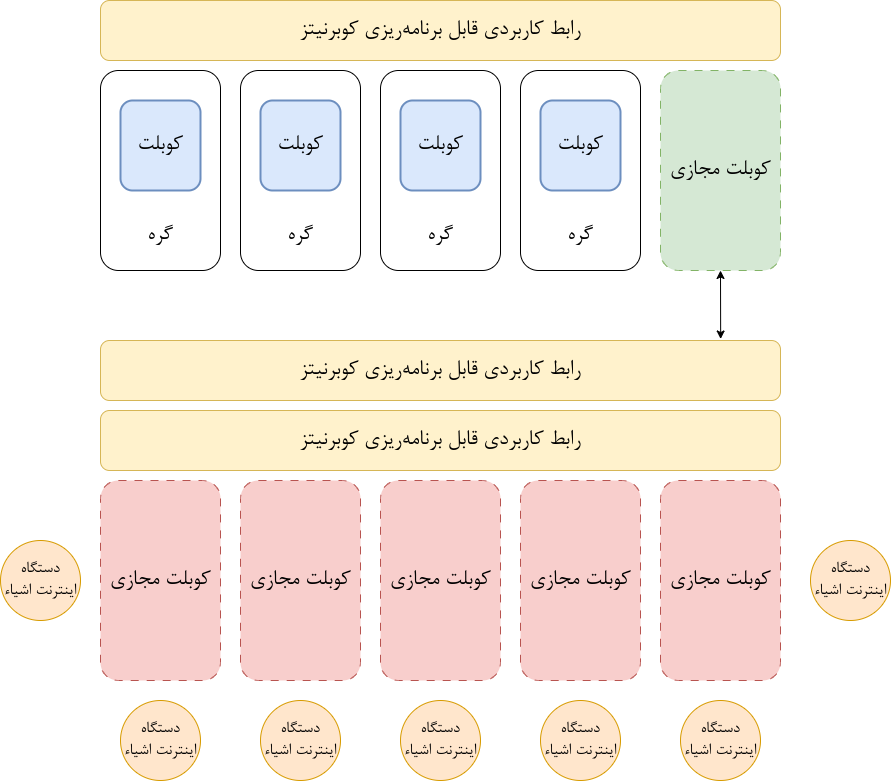
Before: docs/figs/arch.png, a diagram exported from draw.io (itzloop/iot-vkube). Source tidied: cells renumbered, new cells last; positions are measured from the earlier drawing's top-left corner, leaving out a move shared by most shapes.
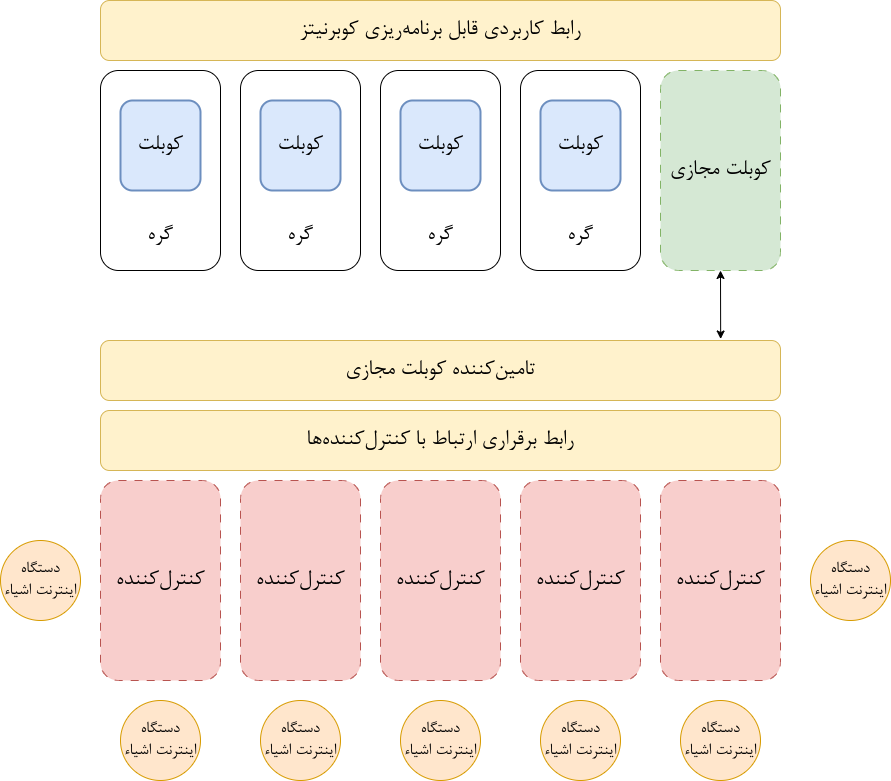
Above is the later version.

Diff of the diagram source:
```diff
@@ -98,25 +98,25 @@
     <mxCell id="33" value="&lt;font style=&quot;font-size: 24px;&quot;&gt;&lt;font style=&quot;font-size: 24px;&quot;&gt;گره&lt;/font&gt;&lt;/font&gt;" style="text;html=1;strokeColor=none;fillColor=none;align=center;verticalAlign=middle;whiteSpace=wrap;rounded=0;fontFamily=B Nazanin;" parent="27" vertex="1">
       <mxGeometry x="30" y="150" width="60" height="30" as="geometry" />
     </mxCell>
-    <mxCell id="34" value="&lt;div style=&quot;font-size: 24px;&quot; align=&quot;center&quot;&gt;&lt;font style=&quot;font-size: 24px;&quot;&gt;رابط کاربردی قابل برنامه‌ریزی کوبرنیتز&lt;/font&gt;&lt;br&gt;&lt;/div&gt;" style="rounded=1;whiteSpace=wrap;html=1;align=center;fillColor=#fff2cc;strokeColor=#d6b656;fontFamily=B Nazanin;" parent="2" vertex="1">
+    <mxCell id="34" value="&lt;div style=&quot;font-size: 24px;&quot; align=&quot;center&quot;&gt;&lt;font style=&quot;font-size: 24px;&quot;&gt;تامین‌کننده کوبلت مجازی&lt;/font&gt;&lt;br&gt;&lt;/div&gt;" style="rounded=1;whiteSpace=wrap;html=1;align=center;fillColor=#fff2cc;strokeColor=#d6b656;fontFamily=B Nazanin;" parent="2" vertex="1">
       <mxGeometry x="100" y="340" width="680" height="60" as="geometry" />
     </mxCell>
-    <mxCell id="35" value="&lt;div style=&quot;font-size: 24px;&quot; align=&quot;center&quot;&gt;&lt;font style=&quot;font-size: 24px;&quot;&gt;رابط کاربردی قابل برنامه‌ریزی کوبرنیتز&lt;/font&gt;&lt;br&gt;&lt;/div&gt;" style="rounded=1;whiteSpace=wrap;html=1;align=center;fillColor=#fff2cc;strokeColor=#d6b656;fontFamily=B Nazanin;" parent="2" vertex="1">
+    <mxCell id="35" value="&lt;div style=&quot;font-size: 24px;&quot; align=&quot;center&quot;&gt;&lt;font style=&quot;font-size: 24px;&quot;&gt;رابط برقراری ارتباط با کنترل‌کننده‌ها&lt;/font&gt;&lt;br&gt;&lt;/div&gt;" style="rounded=1;whiteSpace=wrap;html=1;align=center;fillColor=#fff2cc;strokeColor=#d6b656;fontFamily=B Nazanin;" parent="2" vertex="1">
       <mxGeometry x="100" y="410" width="680" height="60" as="geometry" />
     </mxCell>
-    <mxCell id="36" value="&lt;font style=&quot;font-size: 24px;&quot;&gt;&lt;font&gt;کوبلت مجازی&lt;/font&gt;&lt;br&gt;&lt;/font&gt;" style="rounded=1;whiteSpace=wrap;html=1;fillColor=#f8cecc;strokeColor=#b85450;dashed=1;dashPattern=8 8;fontFamily=B Nazanin;" parent="2" vertex="1">
+    <mxCell id="36" value="&lt;font style=&quot;font-size: 24px;&quot;&gt;&lt;font&gt;کنترل‌کننده&lt;/font&gt;&lt;br&gt;&lt;/font&gt;" style="rounded=1;whiteSpace=wrap;html=1;fillColor=#f8cecc;strokeColor=#b85450;dashed=1;dashPattern=8 8;fontFamily=B Nazanin;" parent="2" vertex="1">
       <mxGeometry x="660" y="480" width="120" height="200" as="geometry" />
     </mxCell>
-    <mxCell id="37" value="&lt;font style=&quot;font-size: 24px;&quot;&gt;&lt;font&gt;کوبلت مجازی&lt;/font&gt;&lt;br&gt;&lt;/font&gt;" style="rounded=1;whiteSpace=wrap;html=1;fillColor=#f8cecc;strokeColor=#b85450;dashed=1;dashPattern=8 8;fontFamily=B Nazanin;" parent="2" vertex="1">
+    <mxCell id="37" value="&lt;font style=&quot;font-size: 24px;&quot;&gt;کنترل‌کننده&lt;br&gt;&lt;/font&gt;" style="rounded=1;whiteSpace=wrap;html=1;fillColor=#f8cecc;strokeColor=#b85450;dashed=1;dashPattern=8 8;fontFamily=B Nazanin;" parent="2" vertex="1">
       <mxGeometry x="520" y="480" width="120" height="200" as="geometry" />
     </mxCell>
-    <mxCell id="38" value="&lt;font style=&quot;font-size: 24px;&quot;&gt;&lt;font&gt;کوبلت مجازی&lt;/font&gt;&lt;br&gt;&lt;/font&gt;" style="rounded=1;whiteSpace=wrap;html=1;fillColor=#f8cecc;strokeColor=#b85450;dashed=1;dashPattern=8 8;fontFamily=B Nazanin;" parent="2" vertex="1">
+    <mxCell id="38" value="&lt;font style=&quot;font-size: 24px;&quot;&gt;کنترل‌کننده&lt;br&gt;&lt;/font&gt;" style="rounded=1;whiteSpace=wrap;html=1;fillColor=#f8cecc;strokeColor=#b85450;dashed=1;dashPattern=8 8;fontFamily=B Nazanin;" parent="2" vertex="1">
       <mxGeometry x="380" y="480" width="120" height="200" as="geometry" />
     </mxCell>
-    <mxCell id="39" value="&lt;font style=&quot;font-size: 24px;&quot;&gt;&lt;font&gt;کوبلت مجازی&lt;/font&gt;&lt;br&gt;&lt;/font&gt;" style="rounded=1;whiteSpace=wrap;html=1;fillColor=#f8cecc;strokeColor=#b85450;dashed=1;dashPattern=8 8;fontFamily=B Nazanin;" parent="2" vertex="1">
+    <mxCell id="39" value="&lt;font style=&quot;font-size: 24px;&quot;&gt;کنترل‌کننده&lt;br&gt;&lt;/font&gt;" style="rounded=1;whiteSpace=wrap;html=1;fillColor=#f8cecc;strokeColor=#b85450;dashed=1;dashPattern=8 8;fontFamily=B Nazanin;" parent="2" vertex="1">
       <mxGeometry x="240" y="480" width="120" height="200" as="geometry" />
     </mxCell>
-    <mxCell id="40" value="&lt;font style=&quot;font-size: 24px;&quot;&gt;&lt;font&gt;کوبلت مجازی&lt;/font&gt;&lt;br&gt;&lt;/font&gt;" style="rounded=1;whiteSpace=wrap;html=1;fillColor=#f8cecc;strokeColor=#b85450;dashed=1;dashPattern=8 8;fontFamily=B Nazanin;" parent="2" vertex="1">
+    <mxCell id="40" value="&lt;font style=&quot;font-size: 24px;&quot;&gt;کنترل‌کننده&lt;br&gt;&lt;/font&gt;" style="rounded=1;whiteSpace=wrap;html=1;fillColor=#f8cecc;strokeColor=#b85450;dashed=1;dashPattern=8 8;fontFamily=B Nazanin;" parent="2" vertex="1">
       <mxGeometry x="100" y="480" width="120" height="200" as="geometry" />
     </mxCell>
     <mxCell id="41" value="&lt;font style=&quot;font-size: 18px;&quot;&gt;دستگاه اینترنت اشیاء&lt;/font&gt;" style="ellipse;whiteSpace=wrap;html=1;fillColor=#ffe6cc;strokeColor=#d79b00;fontFamily=B Nazanin;" parent="2" vertex="1">
```
